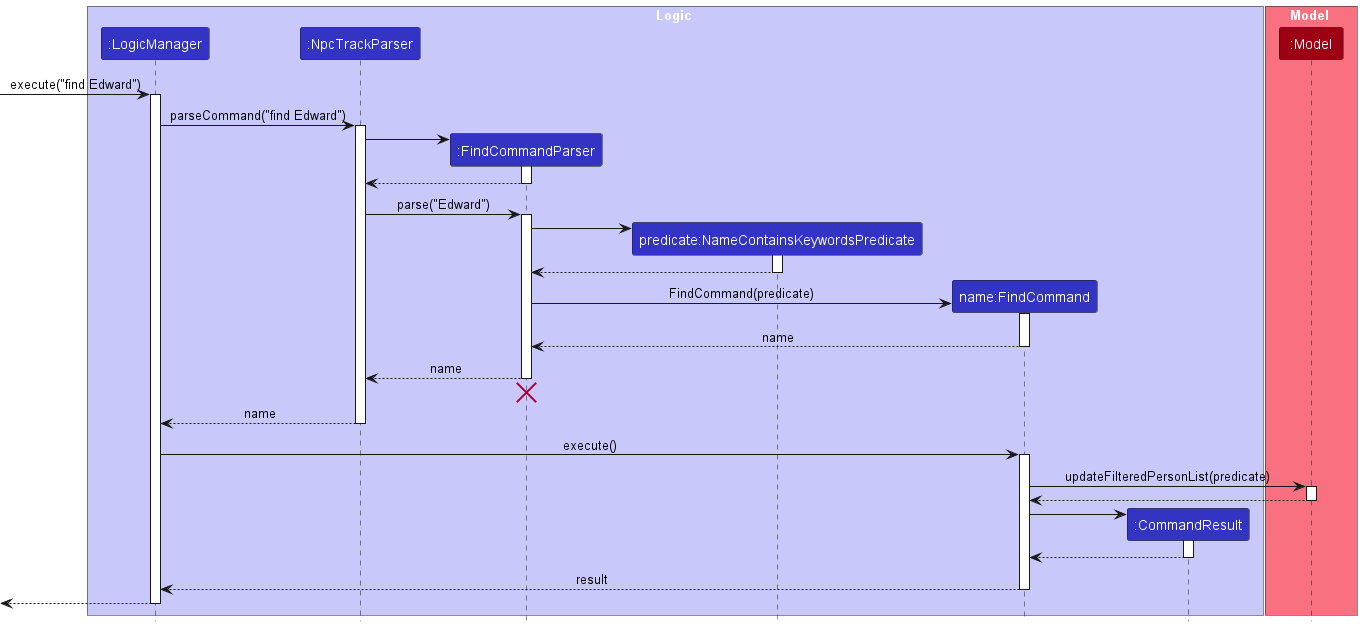
Above: docs/images/FindSequenceDiagram.png in proto-aiken-13/tp (PlantUML), before the change. The source it was exported from:
```plantuml
@startuml
!include style.puml
skinparam ArrowFontStyle plain

box Logic LOGIC_COLOR_T1
participant ":LogicManager" as LogicManager LOGIC_COLOR
participant ":NpcTrackParser" as NpcTrackParser LOGIC_COLOR
participant ":FindCommandParser" as FindCommandParser LOGIC_COLOR
participant "predicate:NameContainsKeywordsPredicate" as NameContainsKeywordsPredicate LOGIC_COLOR
participant "name:FindCommand" as FindCommand LOGIC_COLOR
participant ":CommandResult" as CommandResult LOGIC_COLOR
end box

box Model MODEL_COLOR_T1
participant ":Model" as Model MODEL_COLOR
end box

[-> LogicManager : execute("find Edward")
activate LogicManager

LogicManager -> NpcTrackParser : parseCommand("find Edward")
activate NpcTrackParser

create FindCommandParser
NpcTrackParser -> FindCommandParser
activate FindCommandParser

FindCommandParser --> NpcTrackParser
deactivate FindCommandParser

NpcTrackParser -> FindCommandParser : parse("Edward")
activate FindCommandParser

create NameContainsKeywordsPredicate
FindCommandParser -> NameContainsKeywordsPredicate
activate NameContainsKeywordsPredicate

NameContainsKeywordsPredicate --> FindCommandParser
deactivate NameContainsKeywordsPredicate


create FindCommand
FindCommandParser -> FindCommand : FindCommand(predicate)
activate FindCommand

FindCommand --> FindCommandParser : name
deactivate FindCommand

FindCommandParser --> NpcTrackParser : name
deactivate FindCommandParser
FindCommandParser -[hidden]-> NpcTrackParser
destroy FindCommandParser

NpcTrackParser --> LogicManager : name
deactivate NpcTrackParser

LogicManager -> FindCommand : execute()
activate FindCommand

FindCommand -> Model : updateFilteredPersonList(predicate)
activate Model

Model --> FindCommand
deactivate Model

create CommandResult
FindCommand -> CommandResult
activate CommandResult

CommandResult --> FindCommand
deactivate CommandResult

FindCommand --> LogicManager : result
deactivate FindCommand

[<--LogicManager
deactivate LogicManager
@enduml
```
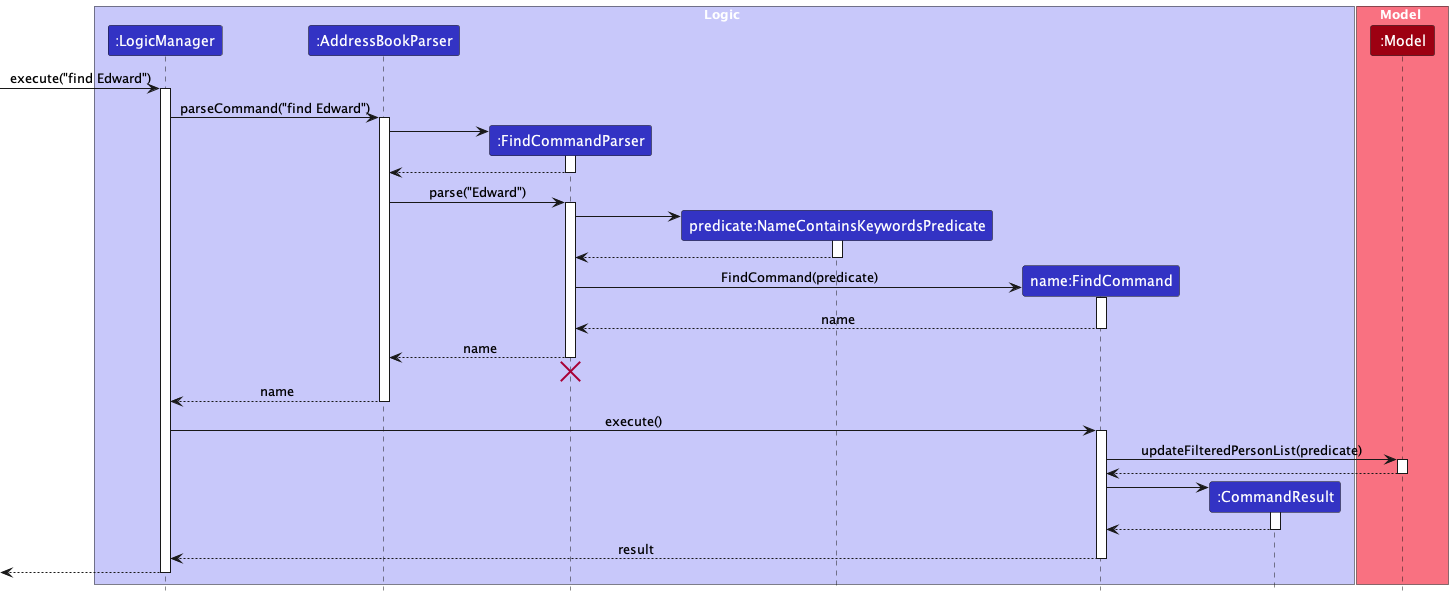
The same diagram one commit later.

The edit, as a diff of the source:
```diff
@@ -4,7 +4,7 @@
 
 box Logic LOGIC_COLOR_T1
 participant ":LogicManager" as LogicManager LOGIC_COLOR
-participant ":NpcTrackParser" as NpcTrackParser LOGIC_COLOR
+participant ":AddressBookParser" as AddressBookParser LOGIC_COLOR
 participant ":FindCommandParser" as FindCommandParser LOGIC_COLOR
 participant "predicate:NameContainsKeywordsPredicate" as NameContainsKeywordsPredicate LOGIC_COLOR
 participant "name:FindCommand" as FindCommand LOGIC_COLOR
@@ -18,17 +18,17 @@
 [-> LogicManager : execute("find Edward")
 activate LogicManager
 
-LogicManager -> NpcTrackParser : parseCommand("find Edward")
-activate NpcTrackParser
+LogicManager -> AddressBookParser : parseCommand("find Edward")
+activate AddressBookParser
 
 create FindCommandParser
-NpcTrackParser -> FindCommandParser
+AddressBookParser -> FindCommandParser
 activate FindCommandParser
 
-FindCommandParser --> NpcTrackParser
+FindCommandParser --> AddressBookParser
 deactivate FindCommandParser
 
-NpcTrackParser -> FindCommandParser : parse("Edward")
+AddressBookParser -> FindCommandParser : parse("Edward")
 activate FindCommandParser
 
 create NameContainsKeywordsPredicate
@@ -46,13 +46,13 @@
 FindCommand --> FindCommandParser : name
 deactivate FindCommand
 
-FindCommandParser --> NpcTrackParser : name
+FindCommandParser --> AddressBookParser : name
 deactivate FindCommandParser
-FindCommandParser -[hidden]-> NpcTrackParser
+FindCommandParser -[hidden]-> AddressBookParser
 destroy FindCommandParser
 
-NpcTrackParser --> LogicManager : name
-deactivate NpcTrackParser
+AddressBookParser --> LogicManager : name
+deactivate AddressBookParser
 
 LogicManager -> FindCommand : execute()
 activate FindCommand
```
